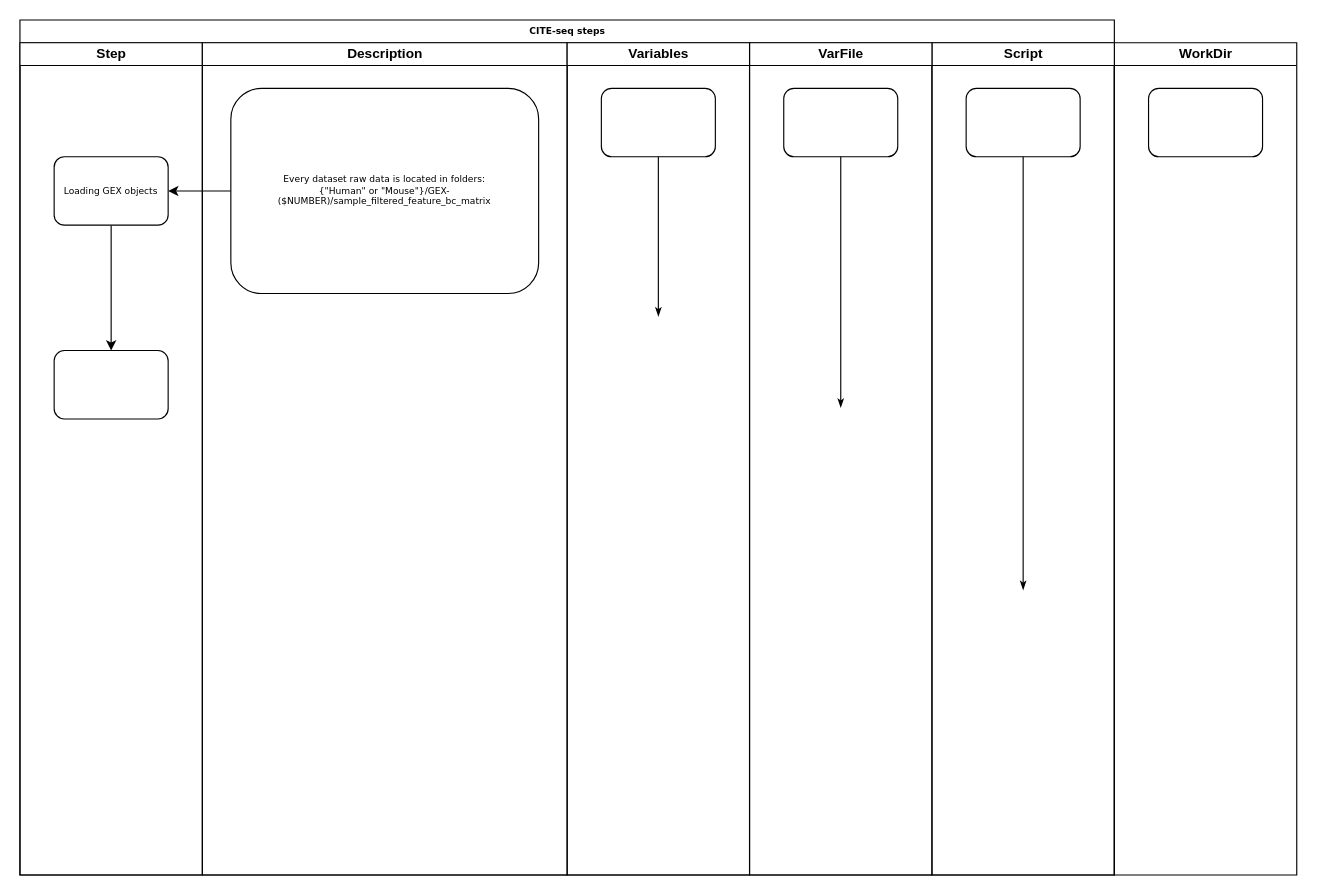
Above: CITE-seq.drawio in taraskin07/flowcharts (draw.io), before the change. Source tidied: cells renumbered, new cells numbered last; positions are measured from the earlier drawing's top-left corner, leaving out a move shared by most shapes. Both pictures are drawn from the tidied source at 114%, with x=0, y=0 at pixel (19, 19).
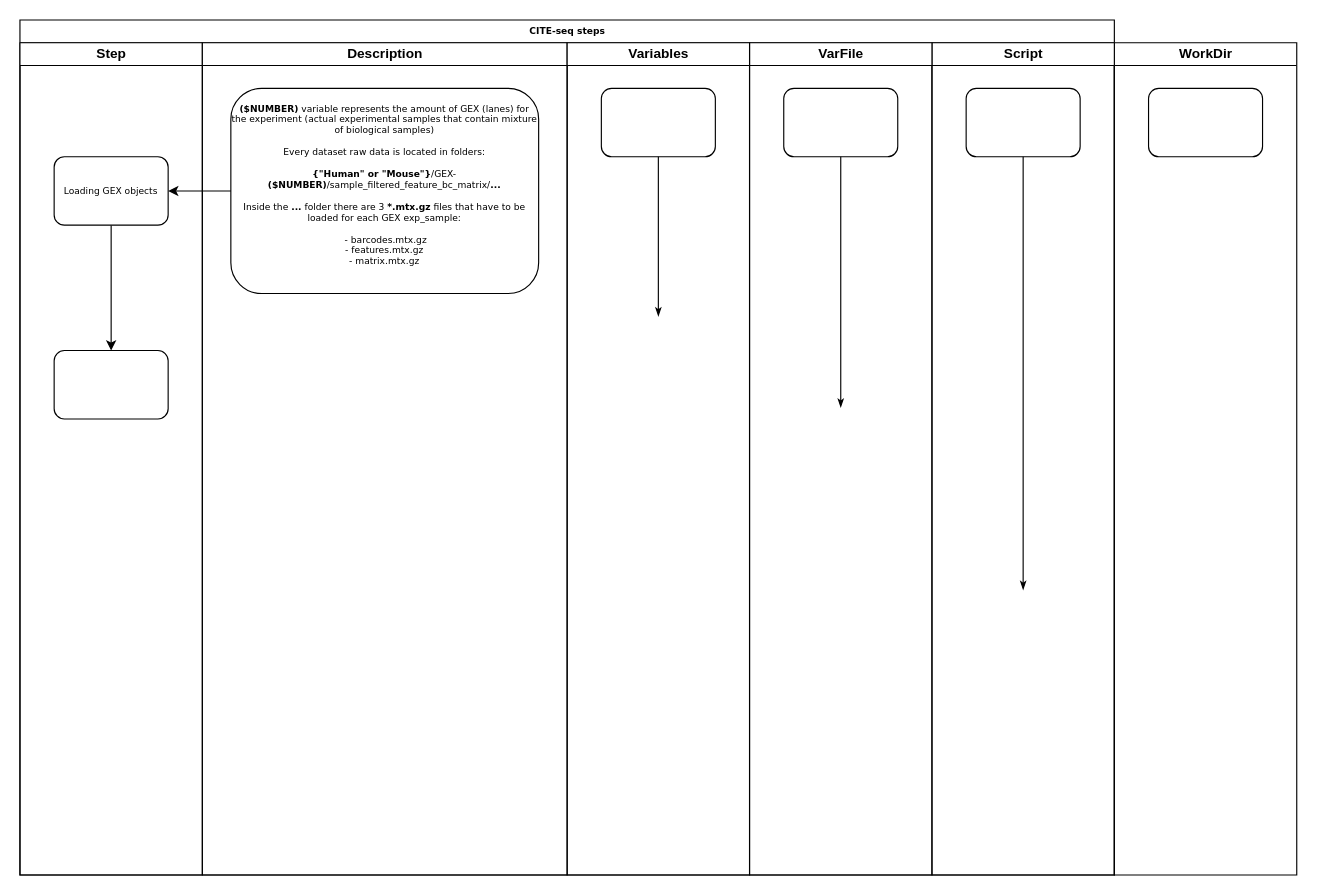
After the change.

Unchanged cells that the change refers to:
```xml
<mxCell id="7" value="Description" style="swimlane;html=1;startSize=20;" parent="2" vertex="1">
  <mxGeometry x="160" y="20" width="320" height="730" as="geometry" />
</mxCell>
```

The edit, as a diff of the source:
```diff
@@
-    <mxCell id="8" value="&lt;div&gt;Every dataset raw data is located in folders:&lt;/div&gt;&lt;div&gt;{&quot;Human&quot; or &quot;Mouse&quot;}/GEX-($NUMBER)/sample_filtered_feature_bc_matrix&lt;/div&gt;" style="rounded=1;whiteSpace=wrap;html=1;shadow=0;labelBackgroundColor=none;strokeWidth=1;fontFamily=Verdana;fontSize=8;align=center;" parent="7" vertex="1">
+    <mxCell id="8" value="&lt;div&gt;&lt;b&gt;($NUMBER)&lt;/b&gt; variable represents the amount of GEX (lanes) for the experiment (actual experimental samples that contain mixture of biological samples)&lt;/div&gt;&lt;div&gt;&amp;nbsp;&lt;br&gt;&lt;/div&gt;&lt;div&gt;Every dataset raw data is located in folders:&lt;/div&gt;&lt;div&gt;&lt;br&gt;&lt;/div&gt;&lt;div&gt;&lt;b&gt;{&quot;Human&quot; or &quot;Mouse&quot;}&lt;/b&gt;/GEX-&lt;b&gt;($NUMBER)&lt;/b&gt;/sample_filtered_feature_bc_matrix/&lt;b&gt;...&lt;/b&gt;&lt;/div&gt;&lt;div&gt;&lt;br&gt;&lt;/div&gt;&lt;div&gt;Inside the &lt;b&gt;...&lt;/b&gt; folder there are 3 &lt;b&gt;*.mtx.gz&lt;/b&gt; files that have to be loaded for each GEX exp_sample:&lt;/div&gt;&lt;div&gt;&lt;br&gt;&lt;/div&gt;&lt;div&gt;&amp;nbsp;- barcodes.mtx.gz&lt;/div&gt;&lt;div&gt;- features.mtx.gz&lt;/div&gt;&lt;div&gt;- matrix.mtx.gz&lt;/div&gt;&lt;div&gt;&lt;br&gt;&lt;/div&gt;" style="rounded=1;whiteSpace=wrap;html=1;shadow=0;labelBackgroundColor=none;strokeWidth=1;fontFamily=Verdana;fontSize=8;align=center;" parent="7" vertex="1">
       <mxGeometry x="25" y="40" width="270" height="180" as="geometry" />
     </mxCell>
```
